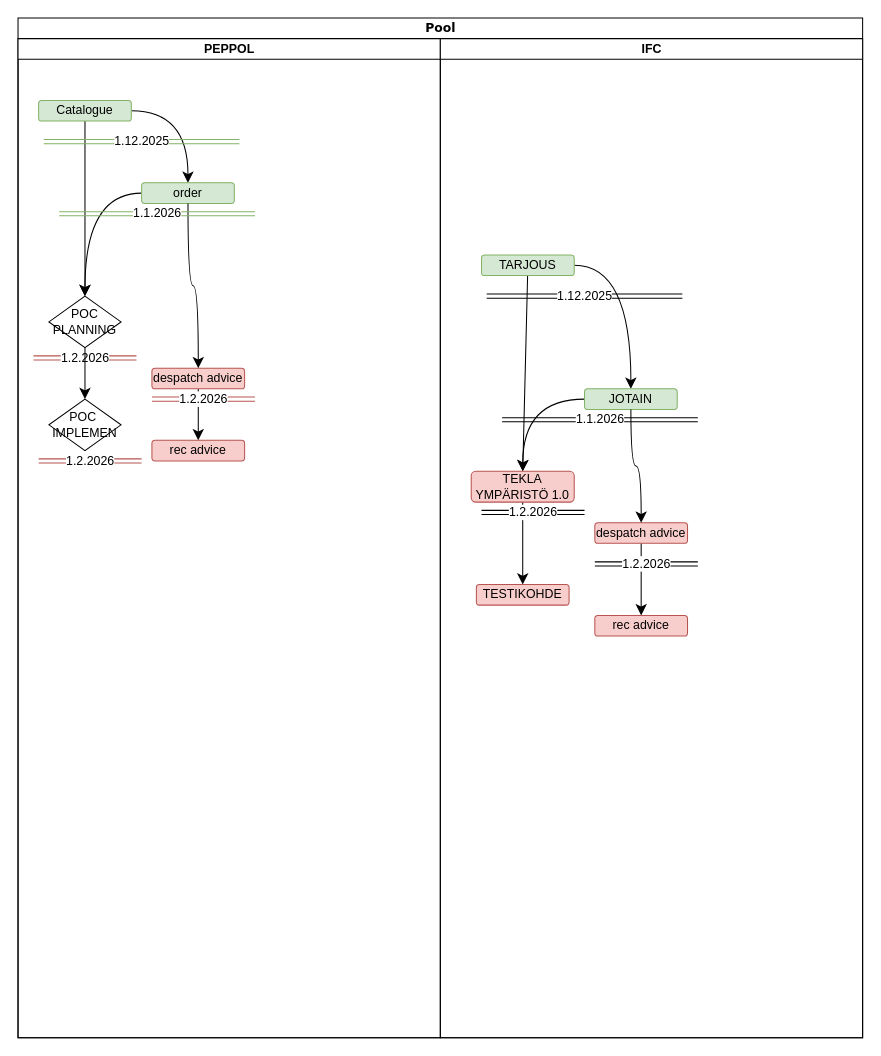
TeemuAlaluusua/PEPPOL-RoadMap keeps this draw.io diagram as roadmap_1.drawio. Above is the earlier version. Source tidied: cells renumbered, new cells numbered last; positions are measured from the earlier drawing's top-left corner, leaving out a move shared by most shapes. Both pictures are drawn from the tidied source at 103%, with x=0, y=0 at pixel (18, 18).
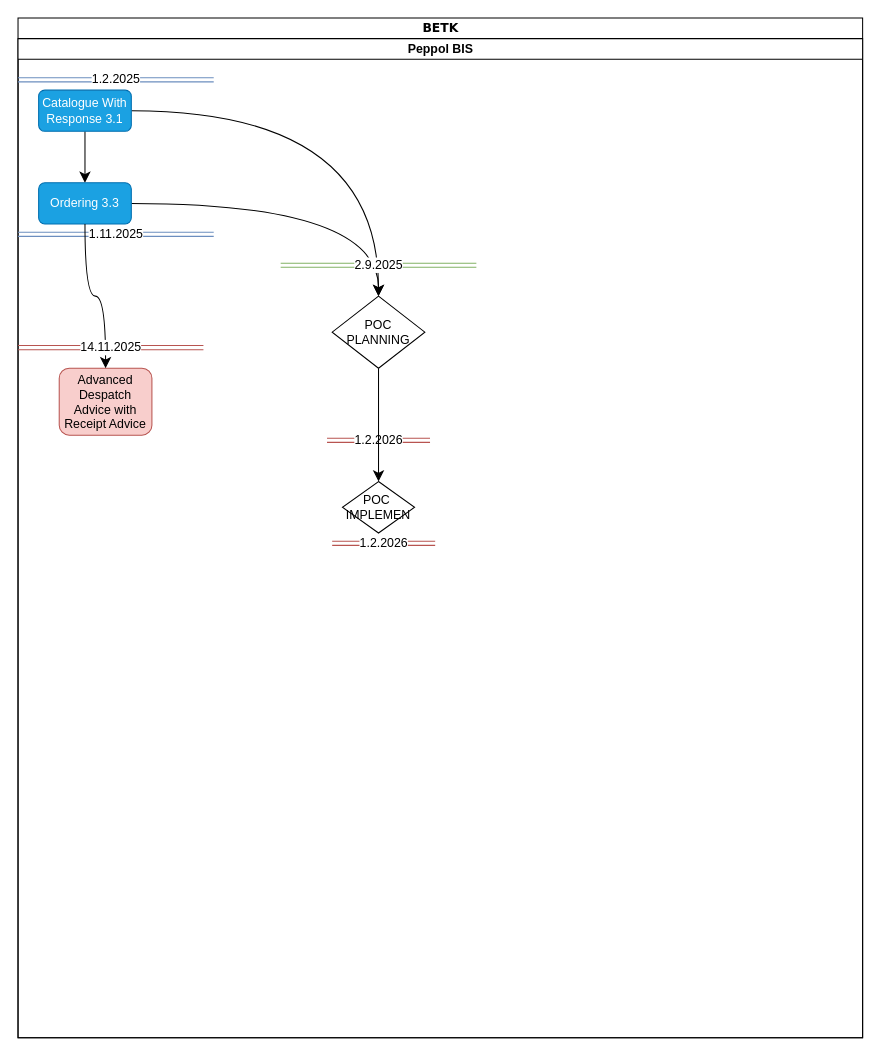
The same page after the edit.

What changed in the source:
```diff
@@
-    <mxCell id="2" value="Pool" style="swimlane;html=1;startSize=20;rounded=0;shadow=0;comic=0;labelBackgroundColor=none;strokeWidth=1;fontFamily=Verdana;fontSize=12;align=center;" parent="1" vertex="1">
+    <mxCell id="2" value="BETK" style="swimlane;html=1;startSize=20;rounded=0;shadow=0;comic=0;labelBackgroundColor=none;strokeWidth=1;fontFamily=Verdana;fontSize=12;align=center;" parent="1" vertex="1">
       <mxGeometry width="820" height="990" as="geometry" />
     </mxCell>
-    <mxCell id="3" value="PEPPOL" style="swimlane;html=1;startSize=20;" parent="2" vertex="1">
-      <mxGeometry y="20" width="410" height="970" as="geometry" />
+    <mxCell id="3" value="Peppol BIS" style="swimlane;html=1;startSize=20;" parent="2" vertex="1">
+      <mxGeometry y="20" width="820" height="970" as="geometry" />
     </mxCell>
-    <mxCell id="4" style="edgeStyle=orthogonalEdgeStyle;rounded=0;jettySize=auto;html=1;entryX=0.5;entryY=0;entryDx=0;entryDy=0;fontSize=12;startSize=8;endSize=8;curved=1;" parent="3" edge="1" source="6" target="9">
+    <mxCell id="4" style="edgeStyle=orthogonalEdgeStyle;rounded=0;jettySize=auto;html=1;entryX=0.5;entryY=0;entryDx=0;entryDy=0;fontSize=12;startSize=8;endSize=8;curved=1;exitX=0.5;exitY=1;exitDx=0;exitDy=0;" parent="3" edge="1" source="6" target="9">
       <mxGeometry relative="1" as="geometry" />
     </mxCell>
-    <mxCell id="5" style="edgeStyle=none;curved=1;rounded=0;jettySize=auto;html=1;entryX=0.5;entryY=0;entryDx=0;entryDy=0;fontSize=12;startSize=8;endSize=8;" parent="3" edge="1" source="6" target="18">
+    <mxCell id="5" style="edgeStyle=orthogonalEdgeStyle;curved=1;rounded=0;jettySize=auto;html=1;entryX=0.5;entryY=0;entryDx=0;entryDy=0;fontSize=12;startSize=8;endSize=8;" parent="3" edge="1" source="6" target="18">
       <mxGeometry relative="1" as="geometry" />
     </mxCell>
-    <mxCell id="6" value="Catalogue" style="rounded=1;whiteSpace=wrap;html=1;fillColor=#d5e8d4;strokeColor=#82b366;" parent="3" vertex="1">
-      <mxGeometry x="20" y="60" width="90" height="20" as="geometry" />
+    <mxCell id="6" value="Catalogue With&lt;div&gt;Response 3.1&lt;/div&gt;" style="rounded=1;whiteSpace=wrap;html=1;fillColor=#1ba1e2;strokeColor=#006EAF;fontColor=#ffffff;" parent="3" vertex="1">
+      <mxGeometry x="20" y="50" width="90" height="40" as="geometry" />
     </mxCell>
-    <mxCell id="7" value="1.12.2025" style="shape=link;html=1;rounded=0;fontSize=12;startSize=8;endSize=8;curved=1;fillColor=#d5e8d4;strokeColor=#82b366;" parent="3" edge="1">
+    <mxCell id="7" value="1.11.2025" style="shape=link;html=1;rounded=0;fontSize=12;startSize=8;endSize=8;curved=1;fillColor=#dae8fc;strokeColor=#6c8ebf;" parent="3" edge="1">
       <mxGeometry relative="1" as="geometry">
-        <mxPoint x="25" y="100" as="sourcePoint" />
-        <mxPoint x="215" y="100" as="targetPoint" />
+        <mxPoint y="190" as="sourcePoint" />
+        <mxPoint x="190" y="190" as="targetPoint" />
       </mxGeometry>
     </mxCell>
-    <mxCell id="8" style="edgeStyle=orthogonalEdgeStyle;curved=1;rounded=0;jettySize=auto;html=1;entryX=0.5;entryY=0;entryDx=0;entryDy=0;fontSize=12;startSize=8;endSize=8;" parent="3" edge="1" source="9" target="18">
+    <mxCell id="8" style="edgeStyle=orthogonalEdgeStyle;curved=1;rounded=0;jettySize=auto;html=1;entryX=0.5;entryY=0;entryDx=0;entryDy=0;fontSize=12;startSize=8;endSize=8;exitX=1;exitY=0.5;exitDx=0;exitDy=0;" parent="3" edge="1" source="9" target="18">
       <mxGeometry relative="1" as="geometry" />
     </mxCell>
-    <mxCell id="9" value="order" style="rounded=1;whiteSpace=wrap;html=1;fillColor=#d5e8d4;strokeColor=#82b366;" parent="3" vertex="1">
-      <mxGeometry x="120" y="140" width="90" height="20" as="geometry" />
+    <mxCell id="9" value="&lt;div&gt;Ordering 3.3&lt;/div&gt;" style="rounded=1;whiteSpace=wrap;html=1;fillColor=#1ba1e2;strokeColor=#006EAF;fontColor=#ffffff;" parent="3" vertex="1">
+      <mxGeometry x="20" y="140" width="90" height="40" as="geometry" />
     </mxCell>
-    <mxCell id="10" style="edgeStyle=orthogonalEdgeStyle;curved=1;rounded=0;jettySize=auto;html=1;entryX=0.5;entryY=0;entryDx=0;entryDy=0;fontSize=12;startSize=8;endSize=8;exitX=0.5;exitY=1;exitDx=0;exitDy=0;" parent="3" edge="1" source="11" target="12">
-      <mxGeometry relative="1" as="geometry" />
-    </mxCell>
-    <mxCell id="11" value="despatch advice" style="rounded=1;whiteSpace=wrap;html=1;fillColor=#f8cecc;strokeColor=#b85450;" parent="3" vertex="1">
-      <mxGeometry x="130" y="320" width="90" height="20" as="geometry" />
-    </mxCell>
-    <mxCell id="12" value="rec advice" style="rounded=1;whiteSpace=wrap;html=1;fillColor=#f8cecc;strokeColor=#b85450;" parent="3" vertex="1">
-      <mxGeometry x="130" y="390" width="90" height="20" as="geometry" />
+    <mxCell id="12" value="Advanced Despatch Advice with Receipt Advice" style="rounded=1;whiteSpace=wrap;html=1;fillColor=#f8cecc;strokeColor=#b85450;" parent="3" vertex="1">
+      <mxGeometry x="40" y="320" width="90" height="65" as="geometry" />
     </mxCell>
-    <mxCell id="13" style="edgeStyle=orthogonalEdgeStyle;curved=1;rounded=0;jettySize=auto;html=1;fontSize=12;startSize=8;endSize=8;entryX=0.5;entryY=0;entryDx=0;entryDy=0;" parent="3" edge="1" source="9" target="11">
+    <mxCell id="13" style="edgeStyle=orthogonalEdgeStyle;curved=1;rounded=0;jettySize=auto;html=1;fontSize=12;startSize=8;endSize=8;entryX=0.5;entryY=0;entryDx=0;entryDy=0;exitX=0.5;exitY=1;exitDx=0;exitDy=0;" parent="3" edge="1" source="9" target="12">
       <mxGeometry relative="1" as="geometry" />
     </mxCell>
-    <mxCell id="14" value="1.1.2026" style="shape=link;html=1;rounded=0;fontSize=12;startSize=8;endSize=8;curved=1;fillColor=#d5e8d4;strokeColor=#82b366;" parent="3" edge="1">
+    <mxCell id="14" value="2.9.2025" style="shape=link;html=1;rounded=0;fontSize=12;startSize=8;endSize=8;curved=1;fillColor=#d5e8d4;strokeColor=#82b366;" parent="3" edge="1">
       <mxGeometry relative="1" as="geometry">
-        <mxPoint x="40" y="170" as="sourcePoint" />
-        <mxPoint x="230" y="170" as="targetPoint" />
+        <mxPoint x="255" y="220" as="sourcePoint" />
+        <mxPoint x="445" y="220" as="targetPoint" />
       </mxGeometry>
     </mxCell>
     <mxCell id="15" value="1.2.2026" style="shape=link;html=1;rounded=0;fontSize=12;startSize=8;endSize=8;curved=1;fillColor=#f8cecc;strokeColor=#b85450;" parent="3" edge="1">
       <mxGeometry relative="1" as="geometry">
-        <mxPoint x="15" y="310" as="sourcePoint" />
-        <mxPoint x="115" y="310" as="targetPoint" />
+        <mxPoint x="300" y="390" as="sourcePoint" />
+        <mxPoint x="400" y="390" as="targetPoint" />
       </mxGeometry>
     </mxCell>
-    <mxCell id="16" value="1.2.2026" style="shape=link;html=1;rounded=0;fontSize=12;startSize=8;endSize=8;curved=1;fillColor=#f8cecc;strokeColor=#b85450;" parent="3" edge="1">
+    <mxCell id="16" value="14.11.2025" style="shape=link;html=1;rounded=0;fontSize=12;startSize=8;endSize=8;curved=1;fillColor=#f8cecc;strokeColor=#b85450;" parent="3" edge="1">
       <mxGeometry relative="1" as="geometry">
-        <mxPoint x="130" y="350" as="sourcePoint" />
-        <mxPoint x="230" y="350" as="targetPoint" />
+        <mxPoint y="300" as="sourcePoint" />
+        <mxPoint x="180" y="300" as="targetPoint" />
       </mxGeometry>
     </mxCell>
@@
     <mxCell id="18" value="POC&lt;div&gt;PLANNING&lt;/div&gt;" style="rhombus;whiteSpace=wrap;html=1;" parent="3" vertex="1">
-      <mxGeometry x="30" y="250" width="70" height="50" as="geometry" />
+      <mxGeometry x="305" y="250" width="90" height="70" as="geometry" />
     </mxCell>
     <mxCell id="19" value="POC&amp;nbsp;&lt;div&gt;IMPLEMEN&lt;/div&gt;" style="rhombus;whiteSpace=wrap;html=1;" parent="3" vertex="1">
-      <mxGeometry x="30" y="350" width="70" height="50" as="geometry" />
+      <mxGeometry x="315" y="430" width="70" height="50" as="geometry" />
     </mxCell>
     <mxCell id="20" value="1.2.2026" style="shape=link;html=1;rounded=0;fontSize=12;startSize=8;endSize=8;curved=1;fillColor=#f8cecc;strokeColor=#b85450;" parent="3" edge="1">
       <mxGeometry relative="1" as="geometry">
-        <mxPoint x="20" y="410" as="sourcePoint" />
-        <mxPoint x="120" y="410" as="targetPoint" />
+        <mxPoint x="305" y="490" as="sourcePoint" />
+        <mxPoint x="405" y="490" as="targetPoint" />
       </mxGeometry>
     </mxCell>
-    <mxCell id="21" value="IFC" style="swimlane;html=1;startSize=20;" parent="2" vertex="1">
-      <mxGeometry x="410" y="20" width="410" height="970" as="geometry" />
-    </mxCell>
-    <mxCell id="22" style="edgeStyle=orthogonalEdgeStyle;rounded=0;jettySize=auto;html=1;entryX=0.5;entryY=0;entryDx=0;entryDy=0;fontSize=12;startSize=8;endSize=8;curved=1;" parent="21" edge="1" source="24" target="27">
-      <mxGeometry relative="1" as="geometry" />
-    </mxCell>
-    <mxCell id="23" style="edgeStyle=none;curved=1;rounded=0;jettySize=auto;html=1;entryX=0.5;entryY=0;entryDx=0;entryDy=0;fontSize=12;startSize=8;endSize=8;" parent="21" edge="1" source="24" target="34">
-      <mxGeometry relative="1" as="geometry" />
-    </mxCell>
-    <mxCell id="24" value="TARJOUS" style="rounded=1;whiteSpace=wrap;html=1;fillColor=#d5e8d4;strokeColor=#82b366;" parent="21" vertex="1">
-      <mxGeometry x="40" y="210" width="90" height="20" as="geometry" />
-    </mxCell>
-    <mxCell id="25" value="1.12.2025" style="shape=link;html=1;rounded=0;fontSize=12;startSize=8;endSize=8;curved=1;" parent="21" edge="1">
-      <mxGeometry relative="1" as="geometry">
-        <mxPoint x="45" y="250" as="sourcePoint" />
-        <mxPoint x="235" y="250" as="targetPoint" />
-      </mxGeometry>
-    </mxCell>
-    <mxCell id="26" style="edgeStyle=orthogonalEdgeStyle;curved=1;rounded=0;jettySize=auto;html=1;entryX=0.5;entryY=0;entryDx=0;entryDy=0;fontSize=12;startSize=8;endSize=8;" parent="21" edge="1" source="27" target="34">
-      <mxGeometry relative="1" as="geometry" />
-    </mxCell>
-    <mxCell id="27" value="JOTAIN" style="rounded=1;whiteSpace=wrap;html=1;fillColor=#d5e8d4;strokeColor=#82b366;" parent="21" vertex="1">
-      <mxGeometry x="140" y="340" width="90" height="20" as="geometry" />
-    </mxCell>
-    <mxCell id="28" style="edgeStyle=orthogonalEdgeStyle;curved=1;rounded=0;jettySize=auto;html=1;entryX=0.5;entryY=0;entryDx=0;entryDy=0;fontSize=12;startSize=8;endSize=8;exitX=0.5;exitY=1;exitDx=0;exitDy=0;" parent="21" edge="1" source="29" target="30">
-      <mxGeometry relative="1" as="geometry" />
-    </mxCell>
-    <mxCell id="29" value="despatch advice" style="rounded=1;whiteSpace=wrap;html=1;fillColor=#f8cecc;strokeColor=#b85450;" parent="21" vertex="1">
-      <mxGeometry x="150" y="470" width="90" height="20" as="geometry" />
-    </mxCell>
-    <mxCell id="30" value="rec advice" style="rounded=1;whiteSpace=wrap;html=1;fillColor=#f8cecc;strokeColor=#b85450;" parent="21" vertex="1">
-      <mxGeometry x="150" y="560" width="90" height="20" as="geometry" />
-    </mxCell>
-    <mxCell id="31" style="edgeStyle=orthogonalEdgeStyle;curved=1;rounded=0;jettySize=auto;html=1;fontSize=12;startSize=8;endSize=8;entryX=0.5;entryY=0;entryDx=0;entryDy=0;" parent="21" edge="1" source="27" target="29">
-      <mxGeometry relative="1" as="geometry" />
-    </mxCell>
-    <mxCell id="32" value="1.1.2026" style="shape=link;html=1;rounded=0;fontSize=12;startSize=8;endSize=8;curved=1;" parent="21" edge="1">
-      <mxGeometry relative="1" as="geometry">
-        <mxPoint x="60" y="370" as="sourcePoint" />
-        <mxPoint x="250" y="370" as="targetPoint" />
-      </mxGeometry>
-    </mxCell>
-    <mxCell id="33" style="edgeStyle=none;curved=1;rounded=0;jettySize=auto;html=1;fontSize=12;startSize=8;endSize=8;entryX=0.5;entryY=0;entryDx=0;entryDy=0;" parent="21" edge="1" source="34" target="35">
-      <mxGeometry relative="1" as="geometry" />
-    </mxCell>
-    <mxCell id="34" value="TEKLA YMPÄRISTÖ 1.0" style="rounded=1;whiteSpace=wrap;html=1;fillColor=#f8cecc;strokeColor=#b85450;" parent="21" vertex="1">
-      <mxGeometry x="30" y="420" width="100" height="30" as="geometry" />
-    </mxCell>
-    <mxCell id="35" value="TESTIKOHDE" style="rounded=1;whiteSpace=wrap;html=1;fillColor=#f8cecc;strokeColor=#b85450;" parent="21" vertex="1">
-      <mxGeometry x="35" y="530" width="90" height="20" as="geometry" />
-    </mxCell>
-    <mxCell id="36" value="1.2.2026" style="shape=link;html=1;rounded=0;fontSize=12;startSize=8;endSize=8;curved=1;" parent="21" edge="1">
-      <mxGeometry relative="1" as="geometry">
-        <mxPoint x="40" y="460" as="sourcePoint" />
-        <mxPoint x="140" y="460" as="targetPoint" />
-      </mxGeometry>
-    </mxCell>
-    <mxCell id="37" value="1.2.2026" style="shape=link;html=1;rounded=0;fontSize=12;startSize=8;endSize=8;curved=1;" parent="21" edge="1">
-      <mxGeometry relative="1" as="geometry">
-        <mxPoint x="150" y="510" as="sourcePoint" />
-        <mxPoint x="250" y="510" as="targetPoint" />
-      </mxGeometry>
-    </mxCell>
+    <mxCell id="38" value="1.2.2025" style="shape=link;html=1;rounded=0;fontSize=12;startSize=8;endSize=8;curved=1;fillColor=#dae8fc;strokeColor=#6c8ebf;" parent="3" edge="1">
+      <mxGeometry relative="1" as="geometry">
+        <mxPoint y="40" as="sourcePoint" />
+        <mxPoint x="190" y="40" as="targetPoint" />
+      </mxGeometry>
+    </mxCell>
```
